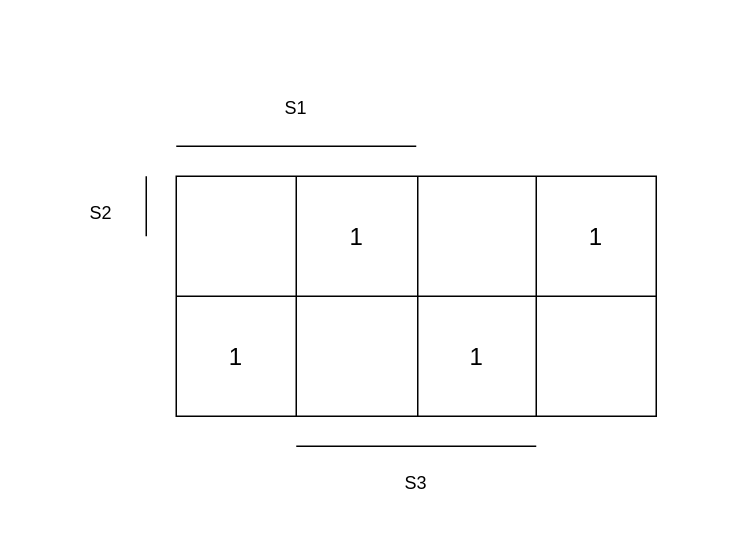
This is page "Page-1" (2 of 2) of Untitled Diagram.drawio from ride2x/SVP1, a draw.io file, before an edit. Source tidied: cells renumbered, new cells numbered last; positions are measured from the earlier drawing's top-left corner, leaving out a move shared by most shapes. Both pictures are drawn from the tidied source at 150%, with x=0, y=0 at pixel (56, 86).
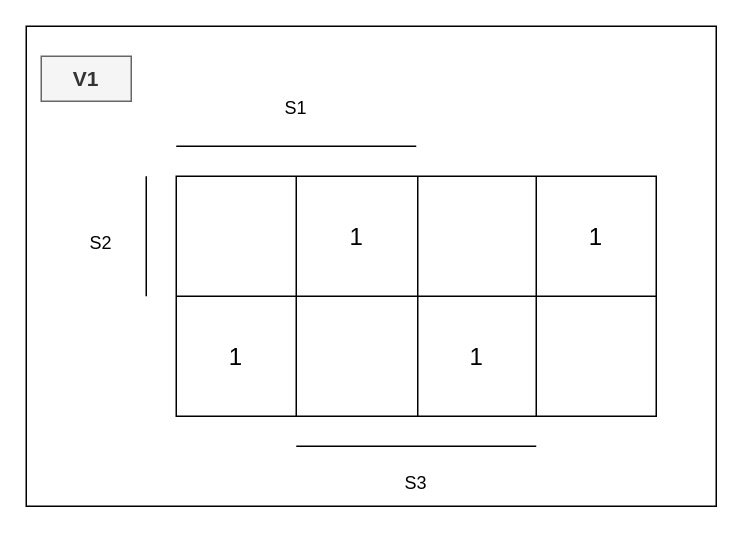
The same page after the edit.

Diff of the diagram source:
```diff
@@
-    <mxCell id="14" style="endArrow=none;html=1;rounded=0;" parent="1" edge="1">
+    <mxCell id="14" style="endArrow=none;html=1;rounded=0;exitX=1;exitY=1;exitDx=0;exitDy=0;" parent="1" edge="1" source="17">
       <mxGeometry relative="1" as="geometry">
-        <mxPoint x="60" y="100" as="sourcePoint" />
         <mxPoint x="60" y="60" as="targetPoint" />
       </mxGeometry>
     </mxCell>
@@
     <mxCell id="17" value="S2" style="text;strokeColor=none;align=center;fillColor=none;html=1;verticalAlign=middle;whiteSpace=wrap;rounded=0;" parent="1" vertex="1">
-      <mxGeometry y="70" width="60" height="30" as="geometry" />
+      <mxGeometry y="70" width="60" height="70" as="geometry" />
     </mxCell>
@@
+    <mxCell id="19" style="verticalLabelPosition=bottom;verticalAlign=top;html=1;shape=mxgraph.basic.rect;fillColor2=none;strokeWidth=1;size=20;indent=5;fillColor=none;" parent="1" vertex="1">
+      <mxGeometry x="-20" y="-40" width="460" height="320" as="geometry" />
+    </mxCell>
+    <mxCell id="20" value="V1" style="text;strokeColor=#666666;align=center;fillColor=#f5f5f5;html=1;verticalAlign=middle;whiteSpace=wrap;rounded=0;fontStyle=1;fontSize=14;fontColor=#333333;" parent="1" vertex="1">
+      <mxGeometry x="-10" y="-20" width="60" height="30" as="geometry" />
+    </mxCell>
```
